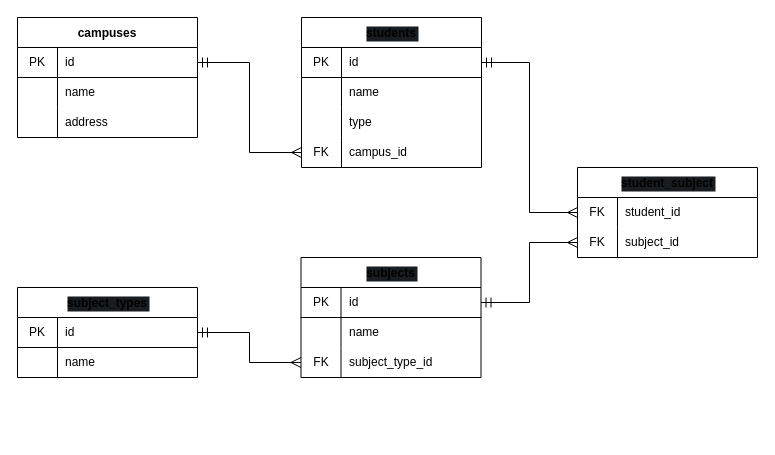
Before: drawio/database.drawio in RYOTA-F/globis-sql-dojo, a draw.io diagram. Source tidied: cells renumbered, new cells numbered last; positions are measured from the earlier drawing's top-left corner, leaving out a move shared by most shapes. Both pictures are drawn from the tidied source at 100%, with x=0, y=0 at pixel (17, 17).
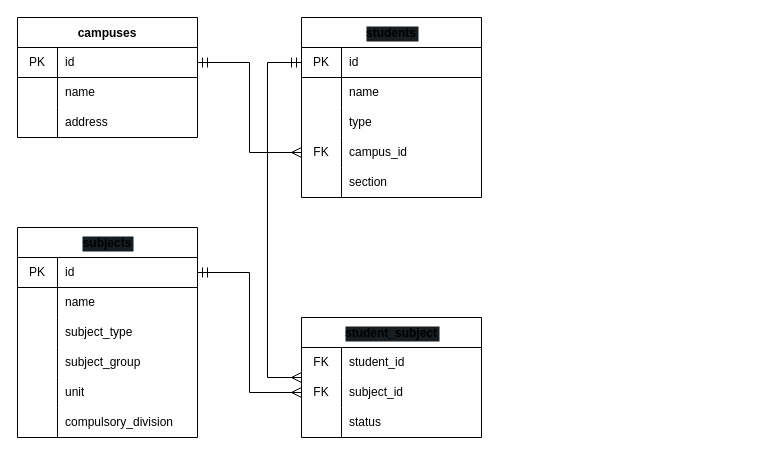
Above is the later version.

Commit message (it also covers changes not shown here):
:books: ER図 修正

The change refers to these unchanged cells:
```xml
<mxCell id="13" style="shape=tableRow;horizontal=0;startSize=0;swimlaneHead=0;swimlaneBody=0;top=0;left=0;bottom=0;right=0;fillColor=none;points=[[0,0.5],[1,0.5]];portConstraint=eastwest;" parent="12" vertex="1">
  <mxGeometry y="30" width="180" height="30" as="geometry" />
</mxCell>
<mxCell id="33" style="shape=tableRow;horizontal=0;startSize=0;swimlaneHead=0;swimlaneBody=0;top=0;left=0;bottom=0;right=0;fillColor=none;points=[[0,0.5],[1,0.5]];portConstraint=eastwest;" parent="26" vertex="1">
  <mxGeometry y="90" width="180" height="30" as="geometry" />
</mxCell>
```

Diff of the diagram source:
```diff
@@
     <mxCell id="12" value="students" style="shape=table;startSize=30;childLayout=tableLayout;rowLines=0;fontStyle=1;labelBackgroundColor=#171d21;" parent="1" vertex="1">
-      <mxGeometry x="284" width="180" height="150" as="geometry" />
+      <mxGeometry x="284" width="180" height="180" as="geometry" />
     </mxCell>
@@
+    <mxCell id="53" style="shape=tableRow;horizontal=0;startSize=0;swimlaneHead=0;swimlaneBody=0;top=0;left=0;bottom=0;right=0;fillColor=none;" parent="12" vertex="1">
+      <mxGeometry y="150" width="180" height="30" as="geometry" />
+    </mxCell>
+    <mxCell id="54" style="shape=partialRectangle;html=1;whiteSpace=wrap;fillColor=none;top=0;left=0;bottom=0;right=0;overflow=hidden;" parent="53" vertex="1">
+      <mxGeometry width="40" height="30" as="geometry" />
+    </mxCell>
+    <mxCell id="55" value="section" style="shape=partialRectangle;html=1;whiteSpace=wrap;fillColor=none;top=0;left=0;bottom=0;right=0;align=left;spacingLeft=6;overflow=hidden;" parent="53" vertex="1">
+      <mxGeometry x="40" width="140" height="30" as="geometry" />
+    </mxCell>
@@
     <mxCell id="26" value="subjects" style="shape=table;startSize=30;childLayout=tableLayout;rowLines=0;fontStyle=1;labelBackgroundColor=#171d21;" parent="1" vertex="1">
-      <mxGeometry x="283.5" y="240" width="180" height="120" as="geometry" />
+      <mxGeometry y="210" width="180" height="210" as="geometry" />
     </mxCell>
@@
-    <mxCell id="34" value="FK" style="shape=partialRectangle;html=1;whiteSpace=wrap;fillColor=none;top=0;left=0;bottom=0;right=0;overflow=hidden;" parent="33" vertex="1">
+    <mxCell id="34" style="shape=partialRectangle;html=1;whiteSpace=wrap;fillColor=none;top=0;left=0;bottom=0;right=0;overflow=hidden;" parent="33" vertex="1">
       <mxGeometry width="40" height="30" as="geometry" />
     </mxCell>
-    <mxCell id="35" value="subject_type_id" style="shape=partialRectangle;html=1;whiteSpace=wrap;fillColor=none;top=0;left=0;bottom=0;right=0;align=left;spacingLeft=6;overflow=hidden;" parent="33" vertex="1">
+    <mxCell id="35" value="subject_type" style="shape=partialRectangle;html=1;whiteSpace=wrap;fillColor=none;top=0;left=0;bottom=0;right=0;align=left;spacingLeft=6;overflow=hidden;" parent="33" vertex="1">
       <mxGeometry x="40" width="140" height="30" as="geometry" />
     </mxCell>
-    <mxCell id="36" value="subject_types" style="shape=table;startSize=30;childLayout=tableLayout;rowLines=0;fontStyle=1;labelBackgroundColor=#171d21;" parent="1" vertex="1">
-      <mxGeometry y="270" width="180" height="90" as="geometry" />
-    </mxCell>
-    <mxCell id="37" style="shape=tableRow;horizontal=0;startSize=0;swimlaneHead=0;swimlaneBody=0;top=0;left=0;bottom=0;right=0;fillColor=none;points=[[0,0.5],[1,0.5]];portConstraint=eastwest;" parent="36" vertex="1">
-      <mxGeometry y="30" width="180" height="30" as="geometry" />
-    </mxCell>
-    <mxCell id="38" value="PK" style="shape=partialRectangle;html=1;whiteSpace=wrap;fillColor=none;top=0;left=0;bottom=1;right=0;overflow=hidden;strokeWidth=1;" parent="37" vertex="1">
-      <mxGeometry width="40" height="30" as="geometry" />
-    </mxCell>
-    <mxCell id="39" value="id" style="shape=partialRectangle;html=1;whiteSpace=wrap;fillColor=none;top=0;left=0;bottom=1;right=0;align=left;spacingLeft=6;overflow=hidden;" parent="37" vertex="1">
-      <mxGeometry x="40" width="140" height="30" as="geometry" />
-    </mxCell>
-    <mxCell id="40" style="shape=tableRow;horizontal=0;startSize=0;swimlaneHead=0;swimlaneBody=0;top=0;left=0;bottom=0;right=0;fillColor=none;" parent="36" vertex="1">
-      <mxGeometry y="60" width="180" height="30" as="geometry" />
-    </mxCell>
-    <mxCell id="41" style="shape=partialRectangle;html=1;whiteSpace=wrap;fillColor=none;top=0;left=0;bottom=0;right=0;overflow=hidden;" parent="40" vertex="1">
-      <mxGeometry width="40" height="30" as="geometry" />
-    </mxCell>
-    <mxCell id="42" value="name" style="shape=partialRectangle;html=1;whiteSpace=wrap;fillColor=none;top=0;left=0;bottom=0;right=0;align=left;spacingLeft=6;overflow=hidden;" parent="40" vertex="1">
-      <mxGeometry x="40" width="140" height="30" as="geometry" />
-    </mxCell>
-    <mxCell id="43" style="edgeStyle=elbowEdgeStyle;endArrow=ERmany;html=1;rounded=0;endSize=8;startSize=8;exitX=1;exitY=0.5;exitDx=0;exitDy=0;entryX=0;entryY=0.5;entryDx=0;entryDy=0;endFill=0;startArrow=ERmandOne;startFill=0;" parent="1" edge="1" source="37" target="33">
-      <mxGeometry relative="1" as="geometry" />
-    </mxCell>
+    <mxCell id="56" style="shape=tableRow;horizontal=0;startSize=0;swimlaneHead=0;swimlaneBody=0;top=0;left=0;bottom=0;right=0;fillColor=none;" parent="26" vertex="1">
+      <mxGeometry y="120" width="180" height="30" as="geometry" />
+    </mxCell>
+    <mxCell id="57" style="shape=partialRectangle;html=1;whiteSpace=wrap;fillColor=none;top=0;left=0;bottom=0;right=0;overflow=hidden;" parent="56" vertex="1">
+      <mxGeometry width="40" height="30" as="geometry" />
+    </mxCell>
+    <mxCell id="58" value="subject_group" style="shape=partialRectangle;html=1;whiteSpace=wrap;fillColor=none;top=0;left=0;bottom=0;right=0;align=left;spacingLeft=6;overflow=hidden;" parent="56" vertex="1">
+      <mxGeometry x="40" width="140" height="30" as="geometry" />
+    </mxCell>
+    <mxCell id="59" style="shape=tableRow;horizontal=0;startSize=0;swimlaneHead=0;swimlaneBody=0;top=0;left=0;bottom=0;right=0;fillColor=none;" parent="26" vertex="1">
+      <mxGeometry y="150" width="180" height="30" as="geometry" />
+    </mxCell>
+    <mxCell id="60" style="shape=partialRectangle;html=1;whiteSpace=wrap;fillColor=none;top=0;left=0;bottom=0;right=0;overflow=hidden;" parent="59" vertex="1">
+      <mxGeometry width="40" height="30" as="geometry" />
+    </mxCell>
+    <mxCell id="61" value="unit" style="shape=partialRectangle;html=1;whiteSpace=wrap;fillColor=none;top=0;left=0;bottom=0;right=0;align=left;spacingLeft=6;overflow=hidden;" parent="59" vertex="1">
+      <mxGeometry x="40" width="140" height="30" as="geometry" />
+    </mxCell>
+    <mxCell id="62" style="shape=tableRow;horizontal=0;startSize=0;swimlaneHead=0;swimlaneBody=0;top=0;left=0;bottom=0;right=0;fillColor=none;" parent="26" vertex="1">
+      <mxGeometry y="180" width="180" height="30" as="geometry" />
+    </mxCell>
+    <mxCell id="63" style="shape=partialRectangle;html=1;whiteSpace=wrap;fillColor=none;top=0;left=0;bottom=0;right=0;overflow=hidden;" parent="62" vertex="1">
+      <mxGeometry width="40" height="30" as="geometry" />
+    </mxCell>
+    <mxCell id="64" value="compulsory_division" style="shape=partialRectangle;html=1;whiteSpace=wrap;fillColor=none;top=0;left=0;bottom=0;right=0;align=left;spacingLeft=6;overflow=hidden;" parent="62" vertex="1">
+      <mxGeometry x="40" width="140" height="30" as="geometry" />
+    </mxCell>
     <mxCell id="44" value="student_subject" style="shape=table;startSize=30;childLayout=tableLayout;rowLines=0;fontStyle=1;labelBackgroundColor=#171d21;" parent="1" vertex="1">
-      <mxGeometry x="560" y="150" width="180" height="90" as="geometry" />
+      <mxGeometry x="284" y="300" width="180" height="120" as="geometry" />
     </mxCell>
@@
+    <mxCell id="65" style="shape=tableRow;horizontal=0;startSize=0;swimlaneHead=0;swimlaneBody=0;top=0;left=0;bottom=0;right=0;fillColor=none;" parent="44" vertex="1">
+      <mxGeometry y="90" width="180" height="30" as="geometry" />
+    </mxCell>
+    <mxCell id="66" style="shape=partialRectangle;html=1;whiteSpace=wrap;fillColor=none;top=0;left=0;bottom=0;right=0;overflow=hidden;" parent="65" vertex="1">
+      <mxGeometry width="40" height="30" as="geometry" />
+    </mxCell>
+    <mxCell id="67" value="status" style="shape=partialRectangle;html=1;whiteSpace=wrap;fillColor=none;top=0;left=0;bottom=0;right=0;align=left;spacingLeft=6;overflow=hidden;" parent="65" vertex="1">
+      <mxGeometry x="40" width="140" height="30" as="geometry" />
+    </mxCell>
-    <mxCell id="51" style="edgeStyle=elbowEdgeStyle;endArrow=ERmany;html=1;rounded=0;endSize=8;startSize=8;exitX=1;exitY=0.5;exitDx=0;exitDy=0;entryX=0;entryY=0.5;entryDx=0;entryDy=0;endFill=0;startArrow=ERmandOne;startFill=0;" parent="1" edge="1" source="13" target="44">
-      <mxGeometry relative="1" as="geometry" />
+    <mxCell id="51" style="edgeStyle=elbowEdgeStyle;endArrow=ERmany;html=1;rounded=0;endSize=8;startSize=8;exitX=0;exitY=0.5;exitDx=0;exitDy=0;entryX=0;entryY=0.5;entryDx=0;entryDy=0;endFill=0;startArrow=ERmandOne;startFill=0;" parent="1" edge="1" source="13" target="44">
+      <mxGeometry relative="1" as="geometry">
+        <Array as="points">
+          <mxPoint x="250" y="150" />
+        </Array>
+      </mxGeometry>
     </mxCell>
```
